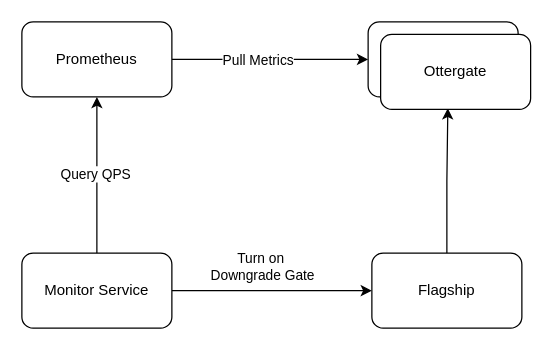
This is Cp2 Service Down Outage Action Items .drawio from evagle/awesome, a draw.io file, before an edit. Source tidied: cells renumbered, new cells numbered last; positions are measured from the earlier drawing's top-left corner, leaving out a move shared by most shapes. Both pictures are drawn from the tidied source at 125%, with x=0, y=0 at pixel (21, 21).
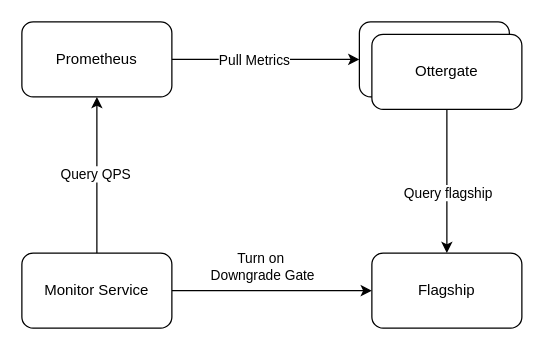
Above is the later version.

What changed in the source:
```diff
@@
 <mxGraphModel>
   <root>
     <mxCell id="0" />
     <mxCell id="1" parent="0" />
     <mxCell id="2" style="edgeStyle=orthogonalEdgeStyle;rounded=0;jettySize=auto;html=1;exitX=1;exitY=0.5;exitDx=0;exitDy=0;entryX=0;entryY=0.5;entryDx=0;entryDy=0;" parent="1" edge="1" source="4" target="12">
       <mxGeometry relative="1" as="geometry" />
     </mxCell>
     <mxCell id="3" value="Pull Metrics" style="edgeLabel;html=1;align=center;verticalAlign=middle;" parent="2" vertex="1">
       <mxGeometry x="-0.14" relative="1" as="geometry" />
     </mxCell>
     <mxCell id="4" value="Prometheus" style="rounded=1;whiteSpace=wrap;html=1;" parent="1" vertex="1">
       <mxGeometry width="120" height="60" as="geometry" />
     </mxCell>
     <mxCell id="5" style="edgeStyle=orthogonalEdgeStyle;rounded=0;jettySize=auto;html=1;exitX=0.5;exitY=0;exitDx=0;exitDy=0;" parent="1" edge="1" source="9" target="4">
       <mxGeometry relative="1" as="geometry" />
     </mxCell>
     <mxCell id="6" value="Query QPS" style="edgeLabel;html=1;align=center;verticalAlign=middle;" parent="5" vertex="1">
       <mxGeometry x="0.02" y="2" relative="1" as="geometry" />
     </mxCell>
     <mxCell id="7" style="edgeStyle=orthogonalEdgeStyle;rounded=0;jettySize=auto;html=1;exitX=1;exitY=0.5;exitDx=0;exitDy=0;" parent="1" edge="1" source="9" target="11">
       <mxGeometry relative="1" as="geometry" />
     </mxCell>
     <mxCell id="8" value="Turn on&lt;br&gt;&amp;nbsp;Downgrade Gate" style="edgeLabel;html=1;align=center;verticalAlign=middle;" parent="7" vertex="1">
       <mxGeometry x="-0.24" y="3" relative="1" as="geometry">
         <mxPoint x="9" y="-17" as="offset" />
       </mxGeometry>
     </mxCell>
     <mxCell id="9" value="Monitor Service" style="rounded=1;whiteSpace=wrap;html=1;" parent="1" vertex="1">
       <mxGeometry y="185" width="120" height="60" as="geometry" />
     </mxCell>
-    <mxCell id="10" style="edgeStyle=orthogonalEdgeStyle;rounded=0;jettySize=auto;html=1;exitX=0.5;exitY=0;exitDx=0;exitDy=0;entryX=0.448;entryY=0.985;entryDx=0;entryDy=0;entryPerimeter=0;" parent="1" edge="1" source="11" target="13">
+    <mxCell id="10" style="edgeStyle=orthogonalEdgeStyle;rounded=0;jettySize=auto;html=1;entryX=0.5;entryY=0;entryDx=0;entryDy=0;" parent="1" edge="1" source="13" target="11">
       <mxGeometry relative="1" as="geometry" />
     </mxCell>
+    <mxCell id="14" value="Query flagship" style="edgeLabel;html=1;align=center;verticalAlign=middle;" parent="10" vertex="1">
+      <mxGeometry x="0.14" relative="1" as="geometry" />
+    </mxCell>
     <mxCell id="11" value="Flagship" style="rounded=1;whiteSpace=wrap;html=1;" parent="1" vertex="1">
       <mxGeometry x="280" y="185" width="120" height="60" as="geometry" />
     </mxCell>
     <mxCell id="12" style="rounded=1;whiteSpace=wrap;html=1;" parent="1" vertex="1">
-      <mxGeometry x="277" width="120" height="60" as="geometry" />
+      <mxGeometry x="270" width="120" height="60" as="geometry" />
     </mxCell>
     <mxCell id="13" value="Ottergate" style="rounded=1;whiteSpace=wrap;html=1;" parent="1" vertex="1">
-      <mxGeometry x="287" y="10" width="120" height="60" as="geometry" />
+      <mxGeometry x="280" y="10" width="120" height="60" as="geometry" />
     </mxCell>
   </root>
 </mxGraphModel>
```
